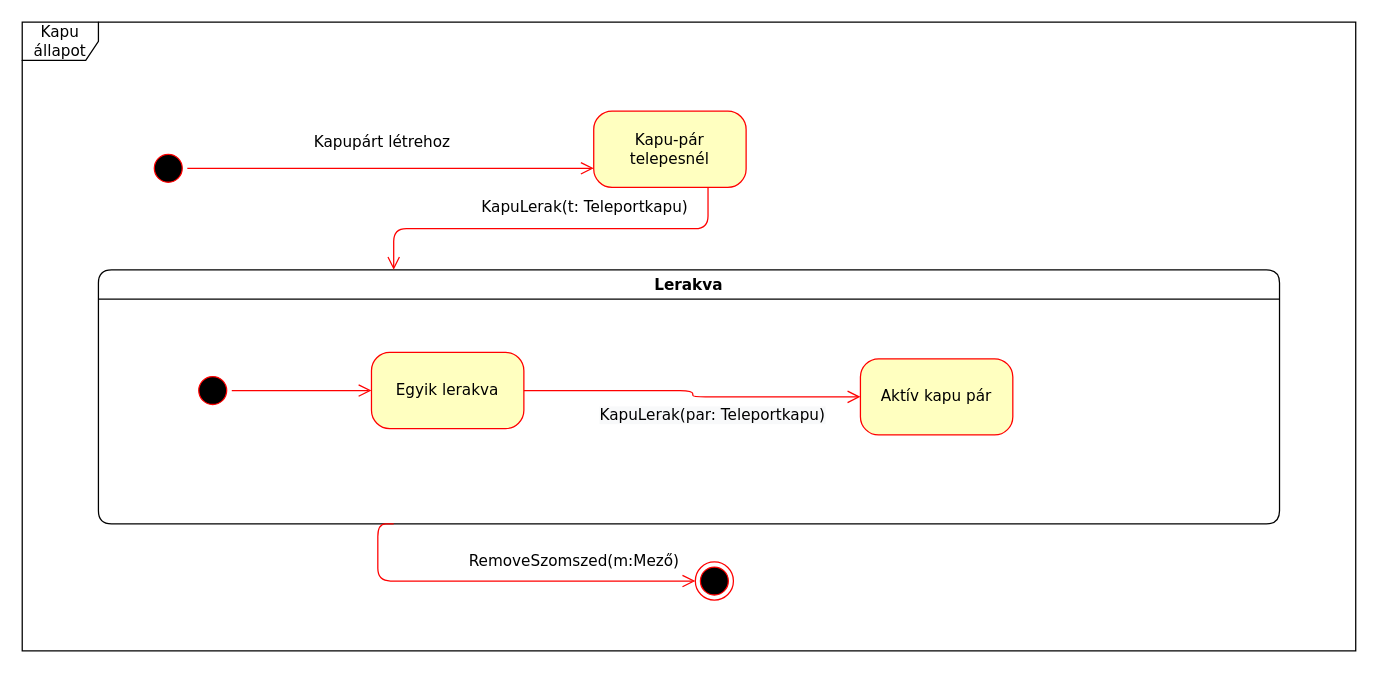
This is doc/uml/teleport_allapot.drawio from torpeBoiGo/aszteroidabanyaszat, a draw.io file, before an edit. Source tidied: cells renumbered, new cells numbered last; positions are measured from the earlier drawing's top-left corner, leaving out a move shared by most shapes. Both pictures are drawn from the tidied source at 127%, with x=0, y=0 at pixel (22, 22).
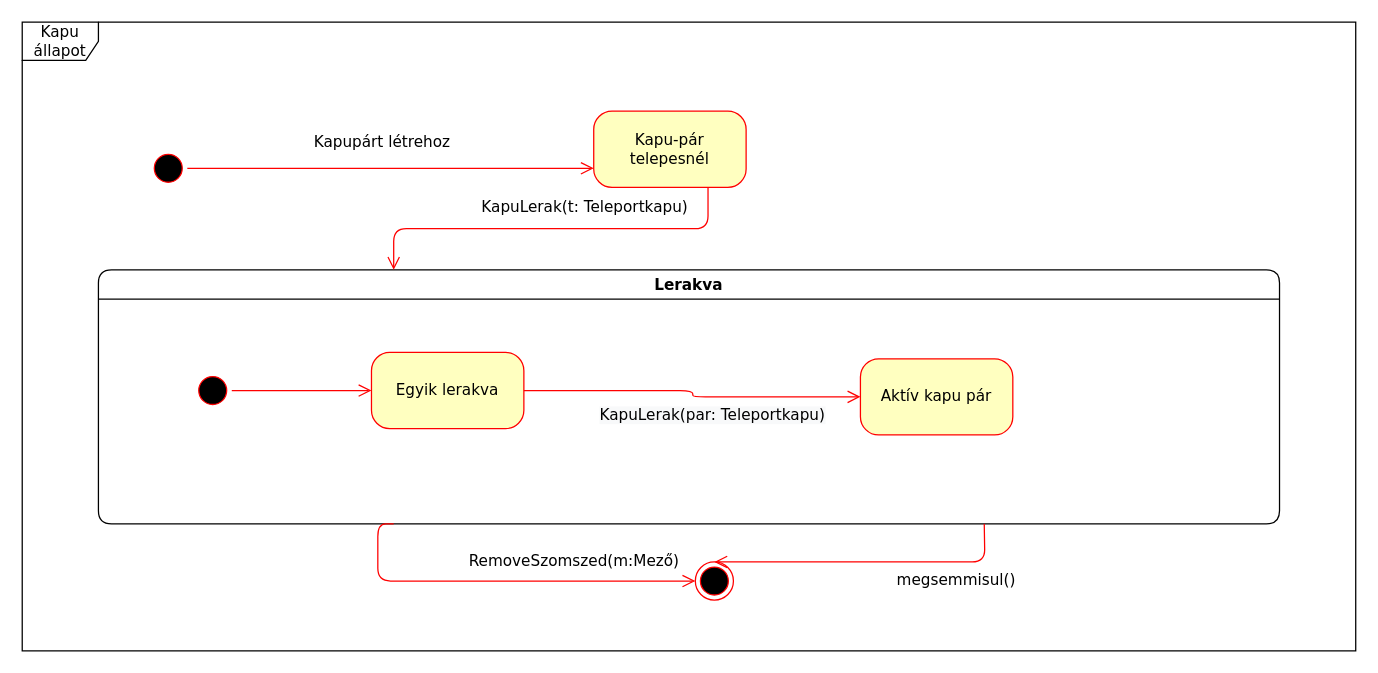
The same diagram, later.

Unchanged cells that the change refers to:
```xml
<mxCell id="5" value="Lerakva" style="swimlane;whiteSpace=wrap;html=1;rounded=1;shadow=0;comic=0;labelBackgroundColor=none;strokeWidth=1;fontFamily=Verdana;fontSize=12;align=center;" parent="1" vertex="1">
  <mxGeometry x="60" y="195" width="930" height="200" as="geometry" />
</mxCell>
<mxCell id="12" style="ellipse;html=1;shape=endState;fillColor=#000000;strokeColor=#ff0000;rounded=1;shadow=0;comic=0;labelBackgroundColor=none;fontFamily=Verdana;fontSize=12;fontColor=#000000;align=center;" parent="1" vertex="1">
  <mxGeometry x="530" y="425" width="30" height="30" as="geometry" />
</mxCell>
```

The edit, as a diff of the source:
```diff
@@
+    <mxCell id="15" value="megsemmisul()" style="edgeStyle=elbowEdgeStyle;html=1;labelBackgroundColor=none;endArrow=open;endSize=8;strokeColor=#ff0000;fontFamily=Verdana;fontSize=12;align=left;exitX=0.75;exitY=1;exitDx=0;exitDy=0;" parent="1" edge="1" source="5" target="12">
+      <mxGeometry x="-0.17" y="15" relative="1" as="geometry">
+        <Array as="points">
+          <mxPoint x="758" y="425" />
+        </Array>
+        <mxPoint x="-1" as="offset" />
+      </mxGeometry>
+    </mxCell>
```
